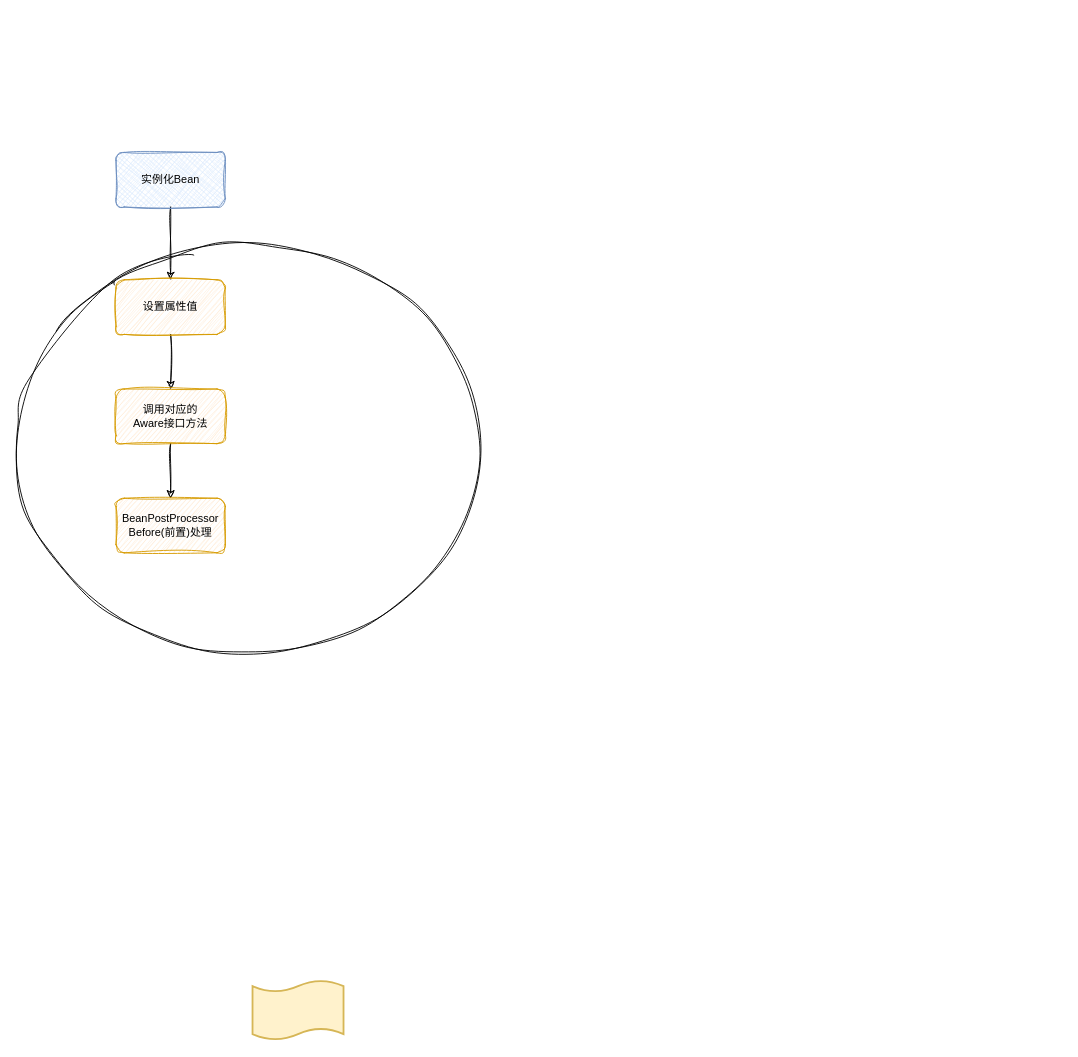
Above: springbean_1.drawio in codingpaidaxing/draw (draw.io), before the change. Source tidied: cells renumbered, new cells numbered last; positions are measured from the earlier drawing's top-left corner, leaving out a move shared by most shapes. Both pictures are drawn from the tidied source at 91%, with x=0, y=0 at pixel (15, 152).
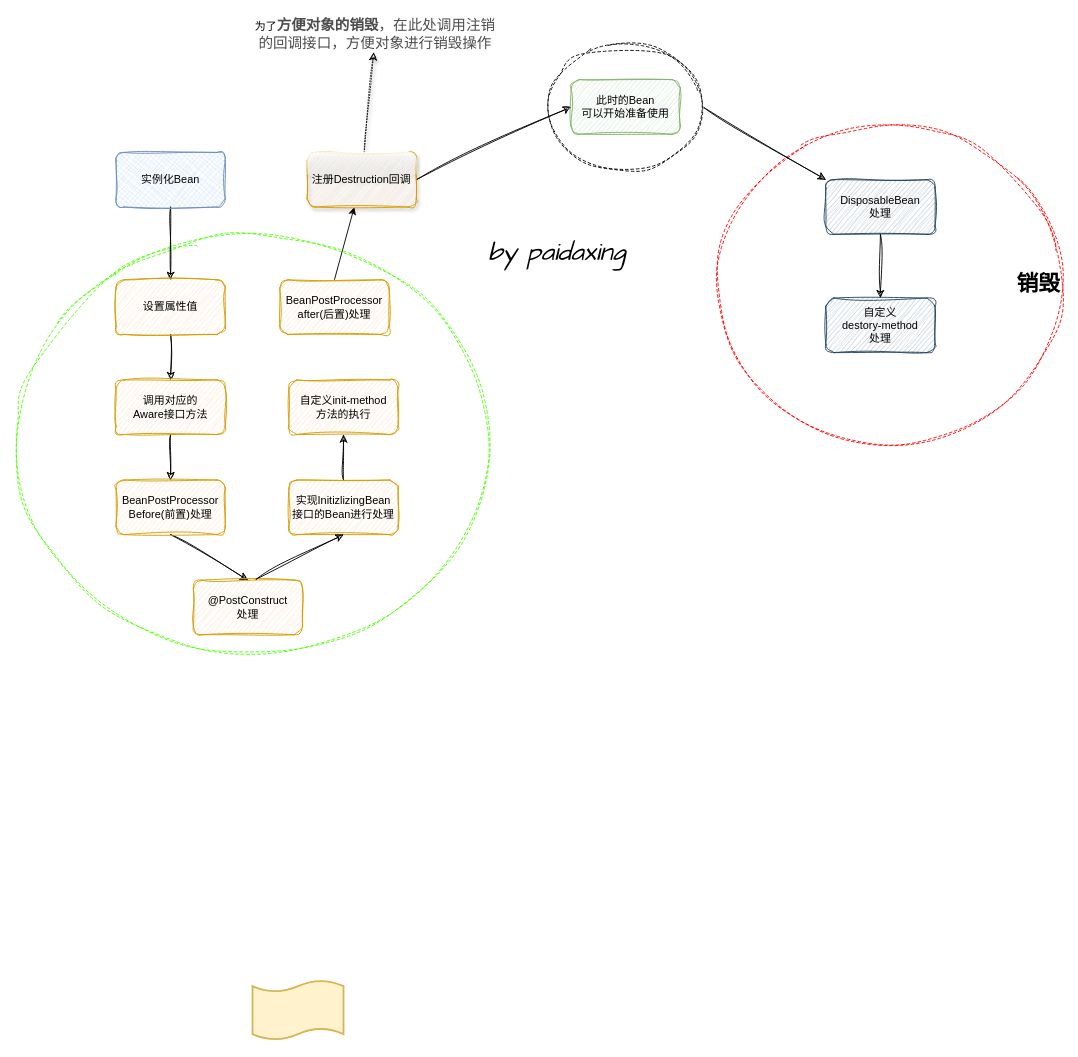
The same diagram, later.

Diff of the diagram source:
```diff
@@
+    <mxCell id="11" value="&lt;h1 style=&quot;&quot;&gt;&lt;span style=&quot;background-color: initial;&quot;&gt;销毁&lt;/span&gt;&lt;/h1&gt;" style="ellipse;whiteSpace=wrap;html=1;sketch=1;curveFitting=1;jiggle=2;strokeColor=#ff0000;align=right;dashed=1;" parent="1" vertex="1">
+      <mxGeometry x="770" y="-30" width="380" height="350" as="geometry" />
+    </mxCell>
+    <mxCell id="12" style="rounded=0;jettySize=auto;html=1;exitX=1;exitY=0.5;exitDx=0;exitDy=0;entryX=0;entryY=0;entryDx=0;entryDy=0;sketch=1;curveFitting=1;jiggle=2;" parent="1" edge="1" source="13" target="28">
+      <mxGeometry relative="1" as="geometry" />
+    </mxCell>
+    <mxCell id="13" style="ellipse;whiteSpace=wrap;html=1;gradientColor=none;dashed=1;sketch=1;curveFitting=1;jiggle=2;" parent="1" vertex="1">
+      <mxGeometry x="585" y="-120" width="170" height="140" as="geometry" />
+    </mxCell>
-    <mxCell id="2" style="ellipse;whiteSpace=wrap;html=1;sketch=1;curveFitting=1;jiggle=2;" parent="1" vertex="1">
-      <mxGeometry y="100" width="510" height="450" as="geometry" />
+    <mxCell id="2" style="ellipse;whiteSpace=wrap;html=1;sketch=1;curveFitting=1;jiggle=2;strokeColor=#4dff00;dashed=1;" parent="1" vertex="1">
+      <mxGeometry y="90" width="520" height="460" as="geometry" />
     </mxCell>
@@
     <mxCell id="9" value="调用对应的&lt;br&gt;Aware接口方法" style="rounded=1;whiteSpace=wrap;html=1;fillColor=#ffe6cc;strokeColor=#d79b00;sketch=1;curveFitting=1;jiggle=2;" parent="1" vertex="1">
-      <mxGeometry x="110" y="260" width="120" height="60" as="geometry" />
+      <mxGeometry x="110" y="250" width="120" height="60" as="geometry" />
     </mxCell>
+    <mxCell id="14" style="rounded=0;jettySize=auto;html=1;exitX=0.5;exitY=1;exitDx=0;exitDy=0;entryX=0.5;entryY=0;entryDx=0;entryDy=0;sketch=1;curveFitting=1;jiggle=2;" parent="1" edge="1" source="10" target="15">
+      <mxGeometry relative="1" as="geometry" />
+    </mxCell>
     <mxCell id="10" value="BeanPostProcessor&lt;br&gt;Before(前置)处理" style="rounded=1;whiteSpace=wrap;html=1;fillColor=#ffe6cc;strokeColor=#d79b00;sketch=1;curveFitting=1;jiggle=2;" parent="1" vertex="1">
-      <mxGeometry x="110" y="380" width="120" height="60" as="geometry" />
+      <mxGeometry x="110" y="360" width="120" height="60" as="geometry" />
     </mxCell>
+    <mxCell id="15" value="&lt;div class=&quot;lake-content&quot;&gt;@PostConstruct&lt;/div&gt;&lt;div class=&quot;lake-content&quot;&gt;处理&lt;/div&gt;" style="rounded=1;whiteSpace=wrap;html=1;fillColor=#ffe6cc;strokeColor=#d79b00;sketch=1;curveFitting=1;jiggle=2;" parent="1" vertex="1">
+      <mxGeometry x="195" y="470" width="120" height="60" as="geometry" />
+    </mxCell>
+    <mxCell id="16" style="edgeStyle=orthogonalEdgeStyle;rounded=0;jettySize=auto;html=1;exitX=0.5;exitY=0;exitDx=0;exitDy=0;entryX=0.5;entryY=1;entryDx=0;entryDy=0;sketch=1;curveFitting=1;jiggle=2;" parent="1" edge="1" source="17" target="19">
+      <mxGeometry relative="1" as="geometry" />
+    </mxCell>
+    <mxCell id="17" value="&lt;div class=&quot;lake-content&quot;&gt;实现InitizlizingBean&lt;/div&gt;&lt;div class=&quot;lake-content&quot;&gt;接口的Bean进行处理&lt;/div&gt;" style="rounded=1;whiteSpace=wrap;html=1;fillColor=#ffe6cc;strokeColor=#d79b00;sketch=1;curveFitting=1;jiggle=2;" parent="1" vertex="1">
+      <mxGeometry x="300" y="360" width="120" height="60" as="geometry" />
+    </mxCell>
+    <mxCell id="18" style="rounded=0;jettySize=auto;html=1;entryX=0.5;entryY=1;entryDx=0;entryDy=0;exitX=0.575;exitY=-0.017;exitDx=0;exitDy=0;exitPerimeter=0;sketch=1;curveFitting=1;jiggle=2;" parent="1" edge="1" source="15" target="17">
+      <mxGeometry relative="1" as="geometry" />
+    </mxCell>
+    <mxCell id="19" value="&lt;div class=&quot;lake-content&quot;&gt;自定义init-method&lt;/div&gt;&lt;div class=&quot;lake-content&quot;&gt;方法的执行&lt;/div&gt;" style="rounded=1;whiteSpace=wrap;html=1;fillColor=#ffe6cc;strokeColor=#d79b00;sketch=1;curveFitting=1;jiggle=2;" parent="1" vertex="1">
+      <mxGeometry x="300" y="250" width="120" height="60" as="geometry" />
+    </mxCell>
+    <mxCell id="20" style="rounded=0;jettySize=auto;html=1;exitX=0.5;exitY=0;exitDx=0;exitDy=0;" parent="1" edge="1" source="21" target="24">
+      <mxGeometry relative="1" as="geometry" />
+    </mxCell>
+    <mxCell id="21" value="BeanPostProcessor&lt;br&gt;after(后置)处理" style="rounded=1;whiteSpace=wrap;html=1;fillColor=#ffe6cc;strokeColor=#d79b00;sketch=1;curveFitting=1;jiggle=2;" parent="1" vertex="1">
+      <mxGeometry x="290" y="140" width="120" height="60" as="geometry" />
+    </mxCell>
+    <mxCell id="22" style="rounded=0;jettySize=auto;html=1;sketch=1;curveFitting=1;jiggle=2;shadow=1;dashed=1;dashPattern=1 2;" parent="1" edge="1" source="24" target="25">
+      <mxGeometry relative="1" as="geometry" />
+    </mxCell>
+    <mxCell id="23" style="rounded=0;jettySize=auto;html=1;exitX=1;exitY=0.5;exitDx=0;exitDy=0;entryX=0;entryY=0.5;entryDx=0;entryDy=0;sketch=1;curveFitting=1;jiggle=2;" parent="1" edge="1" source="24" target="26">
+      <mxGeometry relative="1" as="geometry" />
+    </mxCell>
+    <mxCell id="24" value="注册Destruction回调" style="rounded=1;whiteSpace=wrap;html=1;fillColor=#ffe6cc;strokeColor=#d79b00;glass=1;shadow=1;sketch=1;curveFitting=1;jiggle=2;" parent="1" vertex="1">
+      <mxGeometry x="320" width="120" height="60" as="geometry" />
+    </mxCell>
+    <mxCell id="25" value=" 为了&lt;span style=&quot;box-sizing: border-box; outline: 0px; font-weight: 700; overflow-wrap: break-word; color: rgb(77, 77, 77); font-family: -apple-system, &amp;quot;SF UI Text&amp;quot;, Arial, &amp;quot;PingFang SC&amp;quot;, &amp;quot;Hiragino Sans GB&amp;quot;, &amp;quot;Microsoft YaHei&amp;quot;, &amp;quot;WenQuanYi Micro Hei&amp;quot;, sans-serif; font-size: 16px; font-variant-ligatures: no-common-ligatures; text-align: start; background-color: rgb(255, 255, 255);&quot;&gt;方便对象的销毁&lt;/span&gt;&lt;span style=&quot;color: rgb(77, 77, 77); font-family: -apple-system, &amp;quot;SF UI Text&amp;quot;, Arial, &amp;quot;PingFang SC&amp;quot;, &amp;quot;Hiragino Sans GB&amp;quot;, &amp;quot;Microsoft YaHei&amp;quot;, &amp;quot;WenQuanYi Micro Hei&amp;quot;, sans-serif; font-size: 16px; font-variant-ligatures: no-common-ligatures; text-align: start; background-color: rgb(255, 255, 255);&quot;&gt;，在此处调用注销的回调接口，方便对象进行销毁操作&lt;/span&gt;" style="text;html=1;strokeColor=none;fillColor=none;align=center;verticalAlign=middle;whiteSpace=wrap;rounded=0;sketch=1;curveFitting=1;jiggle=2;dashed=1;dashPattern=8 8;" parent="1" vertex="1">
+      <mxGeometry x="260" y="-150" width="270" height="40" as="geometry" />
+    </mxCell>
+    <mxCell id="26" value="此时的Bean&lt;br&gt;可以开始准备使用" style="rounded=1;whiteSpace=wrap;html=1;sketch=1;curveFitting=1;jiggle=2;fillColor=#d5e8d4;strokeColor=#82b366;" parent="1" vertex="1">
+      <mxGeometry x="610" y="-80" width="120" height="60" as="geometry" />
+    </mxCell>
+    <mxCell id="27" style="edgeStyle=orthogonalEdgeStyle;rounded=0;jettySize=auto;html=1;exitX=0.5;exitY=1;exitDx=0;exitDy=0;entryX=0.5;entryY=0;entryDx=0;entryDy=0;sketch=1;curveFitting=1;jiggle=2;" parent="1" edge="1" source="28" target="29">
+      <mxGeometry relative="1" as="geometry" />
+    </mxCell>
+    <mxCell id="28" value="DisposableBean&lt;br&gt;处理" style="rounded=1;whiteSpace=wrap;html=1;sketch=1;curveFitting=1;jiggle=2;fillColor=#bac8d3;strokeColor=#23445d;" parent="1" vertex="1">
+      <mxGeometry x="890" y="30" width="120" height="60" as="geometry" />
+    </mxCell>
+    <mxCell id="29" value="自定义&lt;br&gt;destory-method&lt;br&gt;处理" style="rounded=1;whiteSpace=wrap;html=1;sketch=1;curveFitting=1;jiggle=2;fillColor=#bac8d3;strokeColor=#23445d;" parent="1" vertex="1">
+      <mxGeometry x="890" y="160" width="120" height="60" as="geometry" />
+    </mxCell>
+    <mxCell id="30" value="&lt;div style=&quot;&quot;&gt;&lt;span style=&quot;background-color: initial; font-size: 28px;&quot;&gt;&lt;i style=&quot;&quot;&gt;&lt;font face=&quot;Comic Sans MS&quot;&gt;by paidaxing&lt;/font&gt;&lt;/i&gt;&lt;/span&gt;&lt;/div&gt;" style="text;html=1;align=center;verticalAlign=middle;whiteSpace=wrap;rounded=0;sketch=1;curveFitting=1;jiggle=2;glass=0;" parent="1" vertex="1">
+      <mxGeometry x="470" y="80" width="250" height="60" as="geometry" />
+    </mxCell>
```
